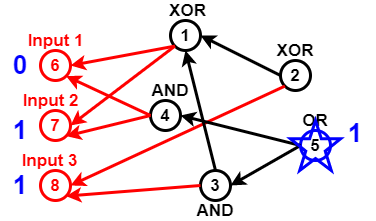
Above: Untitled Diagram.png in sara1024/-CCF201412-2-Z- (draw.io), before the change. Source tidied: cells renumbered, new cells last; positions are measured from the earlier drawing's top-left corner, leaving out a move shared by most shapes.
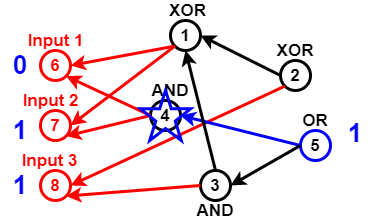
The same diagram one commit later.

Change to the diagram source:
```diff
@@ -44,7 +44,7 @@
     <mxCell id="15" value="5" style="ellipse;whiteSpace=wrap;html=1;strokeWidth=3;fillColor=none;fontSize=17;fontColor=#000000;fontStyle=1;strokeColor=#0000FF;" parent="1" vertex="1">
       <mxGeometry x="300" y="130" width="30" height="30" as="geometry" />
     </mxCell>
-    <mxCell id="16" style="endArrow=classic;html=1;strokeWidth=3;fontSize=17;fontColor=#000000;entryX=1;entryY=0.5;entryDx=0;entryDy=0;exitX=0;exitY=0.5;exitDx=0;exitDy=0;" parent="1" edge="1" source="15" target="8">
+    <mxCell id="16" style="endArrow=classic;html=1;strokeWidth=3;fontSize=17;fontColor=#000000;entryX=1;entryY=0.5;entryDx=0;entryDy=0;exitX=0;exitY=0.5;exitDx=0;exitDy=0;strokeColor=#0000FF;" parent="1" edge="1" source="15" target="8">
       <mxGeometry relative="1" as="geometry" />
     </mxCell>
     <mxCell id="17" style="endArrow=classic;html=1;strokeWidth=3;fontSize=17;fontColor=#000000;entryX=1;entryY=0.5;entryDx=0;entryDy=0;exitX=0;exitY=0.5;exitDx=0;exitDy=0;" parent="1" edge="1" source="15" target="11">
@@ -90,7 +90,7 @@
       <mxGeometry y="175" width="40" height="20" as="geometry" />
     </mxCell>
     <mxCell id="31" style="verticalLabelPosition=bottom;verticalAlign=top;html=1;shape=mxgraph.basic.star;strokeWidth=3;fillColor=none;gradientColor=none;fontSize=26;fontColor=#0000CC;strokeColor=#0000FF;" parent="1" vertex="1">
-      <mxGeometry x="290" y="120" width="50" height="50" as="geometry" />
+      <mxGeometry x="140" y="90" width="50" height="50" as="geometry" />
     </mxCell>
     <mxCell id="32" value="1" style="text;html=1;strokeColor=none;fillColor=none;align=center;verticalAlign=middle;whiteSpace=wrap;rounded=0;fontSize=26;fontColor=#0000FF;fontStyle=1;" parent="1" vertex="1">
       <mxGeometry x="335" y="120" width="40" height="25" as="geometry" />
```
